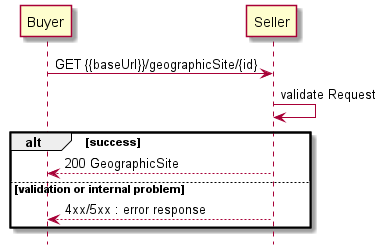
Above: documentation/productApi/serviceability/site/media/useCase4Flow.png in MEF-GIT/MEF-LSO-Sonata-SDK (PlantUML), before the change. The source it was exported from:
```plantuml
@startuml

hide footbox

participant Buyer
participant Seller

Buyer -> Seller : GET {{baseUrl}}/geographicSite/{id}

Seller -> Seller : validate Request

alt success
    Buyer <-- Seller : 200 GeographicSite
else validation or internal problem
    Buyer <-- Seller: 4xx/5xx : error response
end
@enduml
```
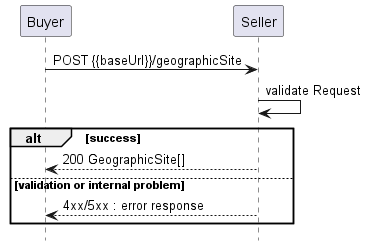
After the change.

What changed in the source:
```diff
@@ -5,12 +5,12 @@
 participant Buyer
 participant Seller
 
-Buyer -> Seller : GET {{baseUrl}}/geographicSite/{id}
+Buyer -> Seller : POST {{baseUrl}}/geographicSite
 
 Seller -> Seller : validate Request
 
 alt success
-    Buyer <-- Seller : 200 GeographicSite
+    Buyer <-- Seller : 200 GeographicSite[]
 else validation or internal problem
     Buyer <-- Seller: 4xx/5xx : error response
 end
```
